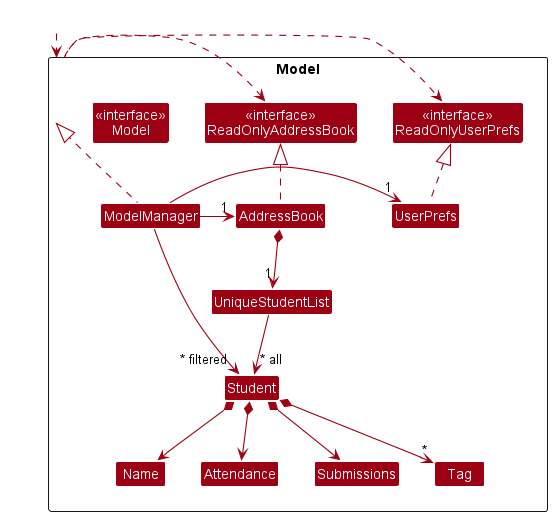
Before: docs/images/ModelClassDiagram.png, a diagram exported from PlantUML (nus-cs2103-AY2223S2/tp). Source of this version:
```plantuml
@startuml
!include style.puml
skinparam arrowThickness 1.1
skinparam arrowColor MODEL_COLOR
skinparam classBackgroundColor MODEL_COLOR

Package Model <<Rectangle>>{
Class "<<interface>>\nReadOnlyAddressBook" as ReadOnlyAddressBook
Class "<<interface>>\nReadOnlyUserPrefs" as ReadOnlyUserPrefs
Class "<<interface>>\nModel" as Model
Class AddressBook
Class ModelManager
Class UserPrefs

Class UniqueStudentList
Class Student
Class Name
Class Attendance
Class Submissions
Class Tag
}

Class HiddenOutside #FFFFFF
HiddenOutside ..> Model

AddressBook .up.|> ReadOnlyAddressBook

ModelManager .up.|> Model
Model .right.> ReadOnlyUserPrefs
Model .left.> ReadOnlyAddressBook
ModelManager -left-> "1" AddressBook
ModelManager -right-> "1" UserPrefs
UserPrefs .up.|> ReadOnlyUserPrefs

AddressBook *--> "1" UniqueStudentList
UniqueStudentList --> "~* all" Student
Student *--> Name
Student *--> Attendance
Student *--> Submissions
Student *--> "*" Tag

Name -[hidden]right-> Attendance
Attendance -[hidden]right-> Submissions
Submissions -[hidden]right-> Tag

ModelManager -->"~* filtered" Student
@enduml
```
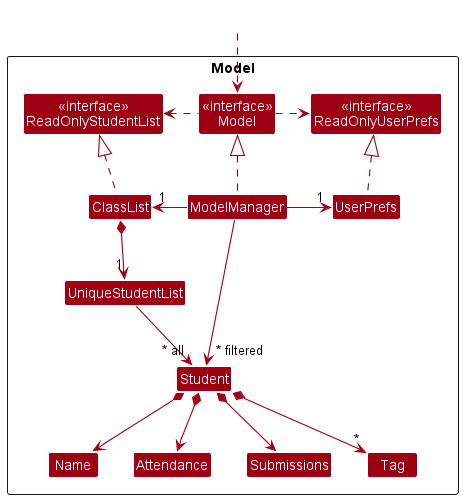
After the change.

Diff of the diagram source:
```diff
@@ -5,10 +5,10 @@
 skinparam classBackgroundColor MODEL_COLOR
 
 Package Model <<Rectangle>>{
-Class "<<interface>>\nReadOnlyAddressBook" as ReadOnlyAddressBook
+Class "<<interface>>\nReadOnlyStudentList" as ReadOnlyStudentList
 Class "<<interface>>\nReadOnlyUserPrefs" as ReadOnlyUserPrefs
-Class "<<interface>>\nModel" as Model
-Class AddressBook
+Class "<<interface>>\nModel" as ModelInterface
+Class ClassList
 Class ModelManager
 Class UserPrefs
 
@@ -18,30 +18,29 @@
 Class Attendance
 Class Submissions
 Class Tag
+
 }
 
 Class HiddenOutside #FFFFFF
-HiddenOutside ..> Model
+HiddenOutside ..> ModelInterface
 
-AddressBook .up.|> ReadOnlyAddressBook
+ClassList .up.|> ReadOnlyStudentList
 
-ModelManager .up.|> Model
-Model .right.> ReadOnlyUserPrefs
-Model .left.> ReadOnlyAddressBook
-ModelManager -left-> "1" AddressBook
+ModelManager .up.|> ModelInterface
+ModelInterface .right.> ReadOnlyUserPrefs
+ModelInterface .left.> ReadOnlyStudentList
+ModelManager -left-> "1" ClassList
 ModelManager -right-> "1" UserPrefs
 UserPrefs .up.|> ReadOnlyUserPrefs
 
-AddressBook *--> "1" UniqueStudentList
+ClassList *--> "1" UniqueStudentList
 UniqueStudentList --> "~* all" Student
+Student *--> Submissions
+Student *--> Attendance
 Student *--> Name
-Student *--> Attendance
-Student *--> Submissions
 Student *--> "*" Tag
 
 Name -[hidden]right-> Attendance
-Attendance -[hidden]right-> Submissions
-Submissions -[hidden]right-> Tag
 
 ModelManager -->"~* filtered" Student
 @enduml
```
